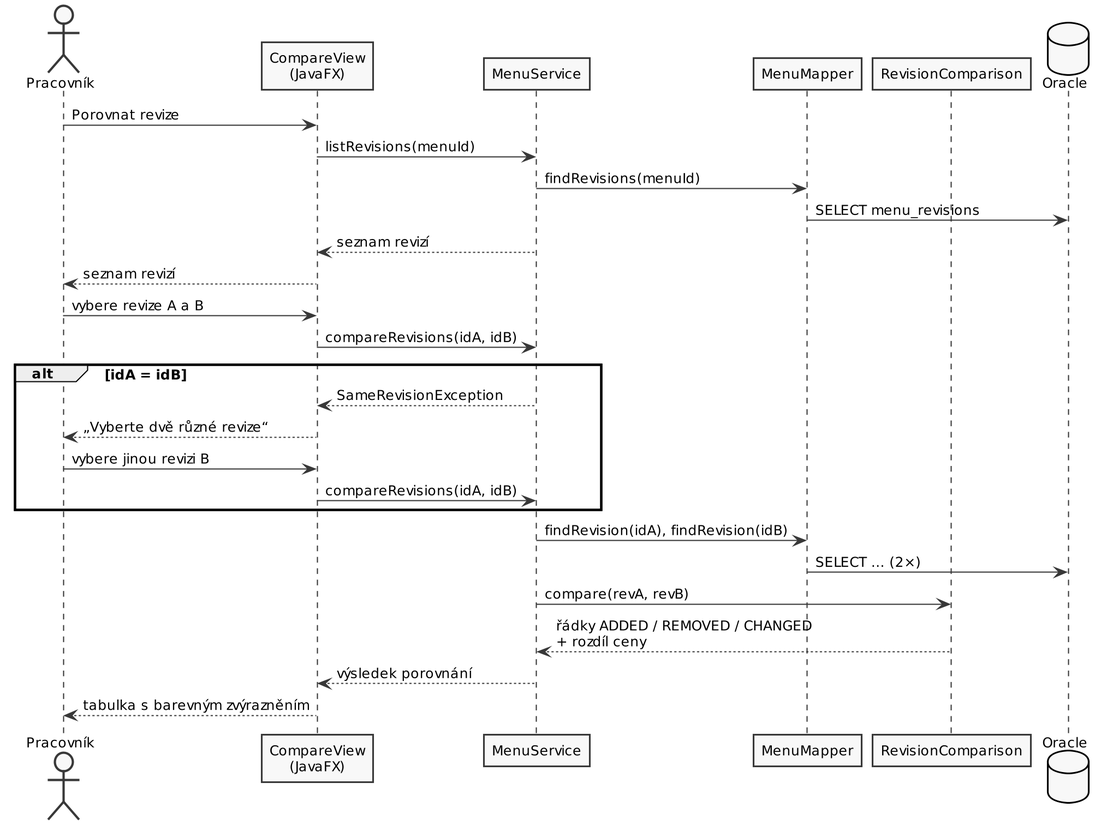
Above: projekt/docs/artefacts/diagrams/seq-uc10.png in JaZafier00716/VIS (PlantUML), before the change. Its source is kept beside it as projekt/docs/artefacts/diagrams/seq-uc10.puml.
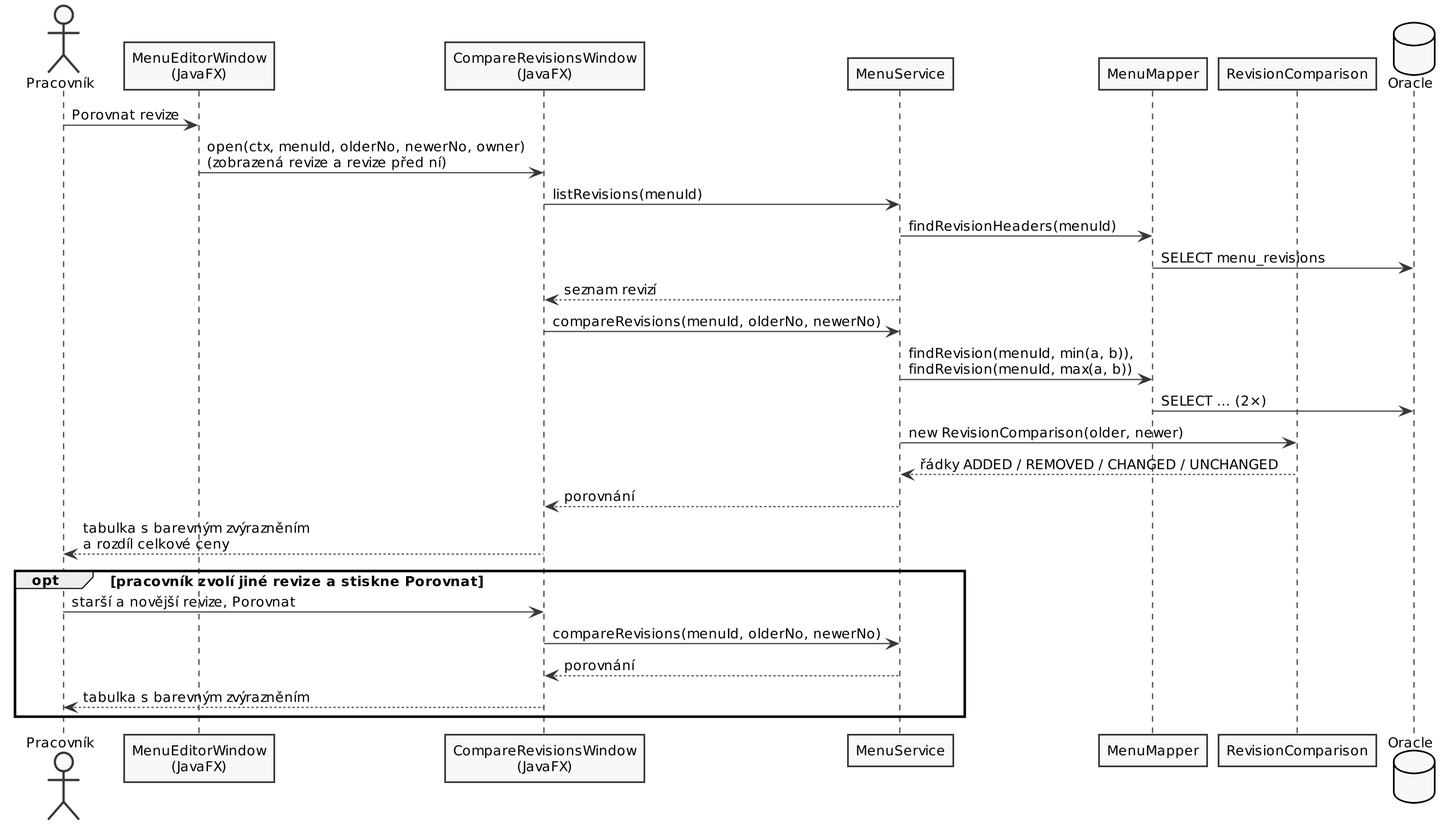
After the change.

The edit, as a diff of the source:
```diff
@@ -1,30 +1,30 @@
 @startuml
 !include common.iuml
 actor Pracovník as W
-participant "CompareView\n(JavaFX)" as UI
+participant "MenuEditorWindow\n(JavaFX)" as EW
+participant "CompareRevisionsWindow\n(JavaFX)" as UI
 participant MenuService as MS
 participant MenuMapper as MM
 participant RevisionComparison as RC
 database Oracle as DB
 
-W -> UI : Porovnat revize
+W -> EW : Porovnat revize
+EW -> UI : open(ctx, menuId, olderNo, newerNo, owner)\n(zobrazená revize a revize před ní)
 UI -> MS : listRevisions(menuId)
-MS -> MM : findRevisions(menuId)
+MS -> MM : findRevisionHeaders(menuId)
 MM -> DB : SELECT menu_revisions
 MS --> UI : seznam revizí
-UI --> W : seznam revizí
-W -> UI : vybere revize A a B
-UI -> MS : compareRevisions(idA, idB)
-alt idA = idB
-  MS --> UI : SameRevisionException
-  UI --> W : „Vyberte dvě různé revize“
-  W -> UI : vybere jinou revizi B
-  UI -> MS : compareRevisions(idA, idB)
+UI -> MS : compareRevisions(menuId, olderNo, newerNo)
+MS -> MM : findRevision(menuId, min(a, b)),\nfindRevision(menuId, max(a, b))
+MM -> DB : SELECT ... (2×)
+MS -> RC : new RevisionComparison(older, newer)
+RC --> MS : řádky ADDED / REMOVED / CHANGED / UNCHANGED
+MS --> UI : porovnání
+UI --> W : tabulka s barevným zvýrazněním\na rozdíl celkové ceny
+opt pracovník zvolí jiné revize a stiskne Porovnat
+  W -> UI : starší a novější revize, Porovnat
+  UI -> MS : compareRevisions(menuId, olderNo, newerNo)
+  MS --> UI : porovnání
+  UI --> W : tabulka s barevným zvýrazněním
 end
-MS -> MM : findRevision(idA), findRevision(idB)
-MM -> DB : SELECT ... (2×)
-MS -> RC : compare(revA, revB)
-RC --> MS : řádky ADDED / REMOVED / CHANGED\n+ rozdíl ceny
-MS --> UI : výsledek porovnání
-UI --> W : tabulka s barevným zvýrazněním
 @enduml
```
